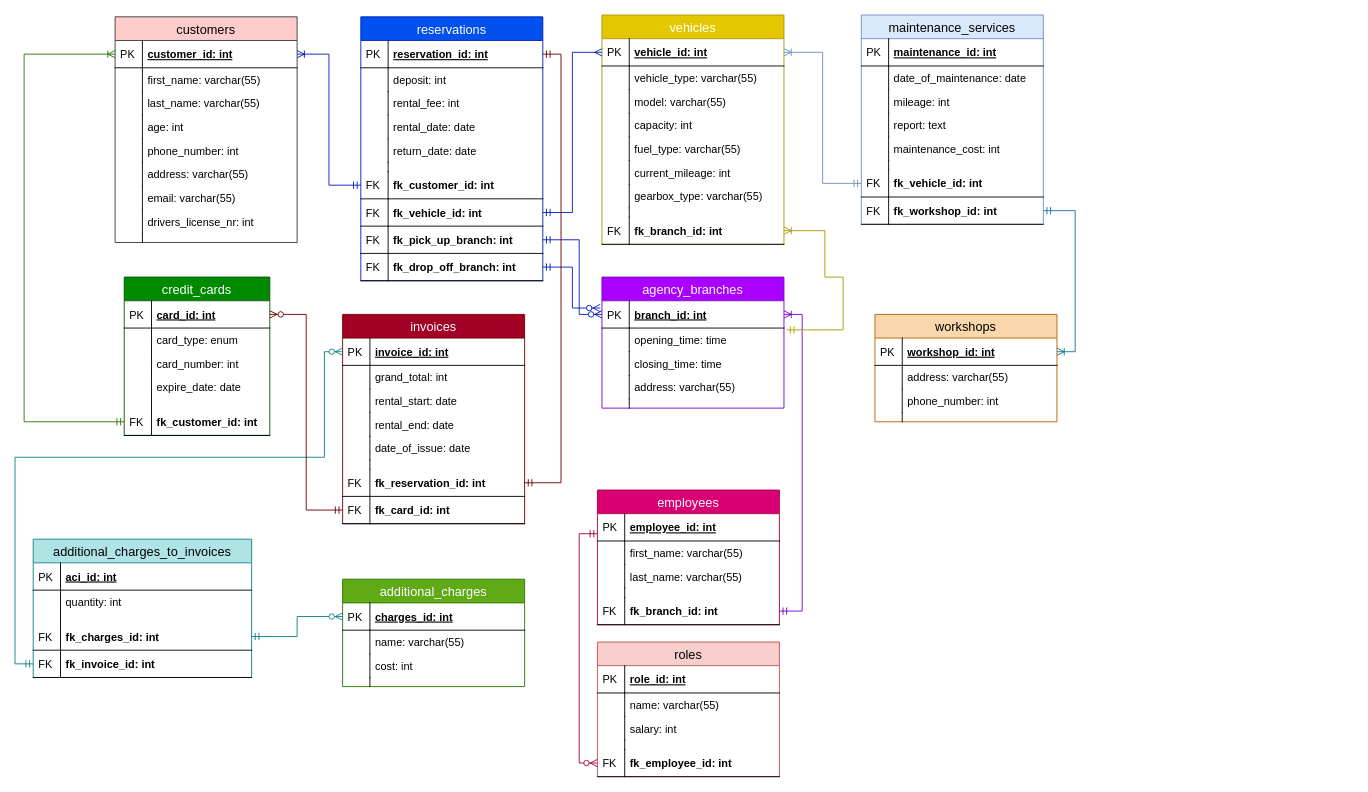
This is Database-Development/3nf.drawio from Cosmic0wl/FSWD70-Valentina-Panetta-CodeReview-09, a draw.io file, before an edit. Source tidied: cells renumbered, new cells numbered last; positions are measured from the earlier drawing's top-left corner, leaving out a move shared by most shapes. Both pictures are drawn from the tidied source at 91%, with x=0, y=0 at pixel (15, 15).
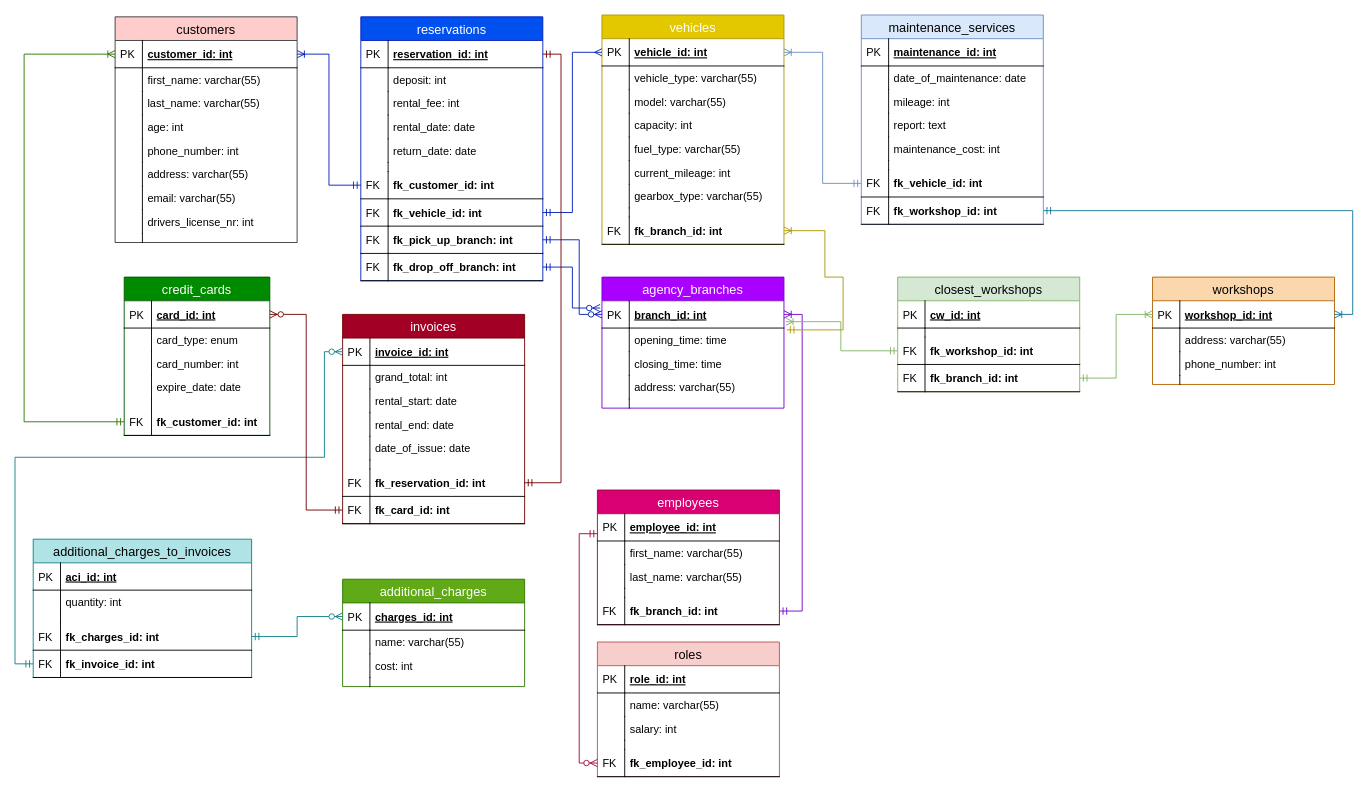
The same page after the edit.

Commit message (it also covers changes not shown here):
closest workshops adds

Unchanged cells that the change refers to:
```xml
<mxCell id="97" value="branch_id: int" style="shape=partialRectangle;top=0;left=0;right=0;bottom=1;align=left;verticalAlign=middle;fillColor=none;spacingLeft=34;spacingRight=4;overflow=hidden;points=[[0,0.5],[1,0.5]];portConstraint=eastwest;fontStyle=5;fontSize=12;" parent="96" vertex="1">
  <mxGeometry y="26" width="200" height="30" as="geometry" />
</mxCell>
<mxCell id="175" value="workshop_id: int" style="shape=partialRectangle;top=0;left=0;right=0;bottom=1;align=left;verticalAlign=middle;fillColor=none;spacingLeft=34;spacingRight=4;overflow=hidden;points=[[0,0.5],[1,0.5]];portConstraint=eastwest;fontStyle=5;fontSize=12;" parent="174" vertex="1">
  <mxGeometry y="26" width="200" height="30" as="geometry" />
</mxCell>
```

Diff of the diagram source:
```diff
@@
     <mxCell id="174" value="workshops" style="swimlane;fontStyle=0;horizontal=1;startSize=26;fillColor=#fad7ac;swimlaneFillColor=#ffffff;align=center;fontSize=14;strokeColor=#b46504;" parent="1" vertex="1">
-      <mxGeometry x="945" y="329" width="200" height="118" as="geometry" />
+      <mxGeometry x="1250" y="288" width="200" height="118" as="geometry" />
     </mxCell>
@@
+    <mxCell id="184" value="closest_workshops" style="swimlane;fontStyle=0;horizontal=1;startSize=26;fillColor=#d5e8d4;swimlaneFillColor=#ffffff;align=center;fontSize=14;strokeColor=#82b366;" parent="1" vertex="1">
+      <mxGeometry x="970" y="288" width="200" height="126" as="geometry" />
+    </mxCell>
+    <mxCell id="185" value="cw_id: int" style="shape=partialRectangle;top=0;left=0;right=0;bottom=1;align=left;verticalAlign=middle;fillColor=none;spacingLeft=34;spacingRight=4;overflow=hidden;fontStyle=5;fontSize=12;" parent="184" vertex="1">
+      <mxGeometry y="26" width="200" height="30" as="geometry" />
+    </mxCell>
+    <mxCell id="186" value="PK" style="shape=partialRectangle;top=0;left=0;bottom=0;fillColor=none;align=left;verticalAlign=middle;spacingLeft=4;spacingRight=4;overflow=hidden;fontSize=12;" parent="185" vertex="1">
+      <mxGeometry width="30" height="30" as="geometry" />
+    </mxCell>
+    <mxCell id="187" style="shape=partialRectangle;top=0;left=0;right=0;bottom=0;align=left;verticalAlign=top;fillColor=none;spacingLeft=34;spacingRight=4;overflow=hidden;fontSize=12;" parent="184" vertex="1">
+      <mxGeometry y="56" width="200" height="10" as="geometry" />
+    </mxCell>
+    <mxCell id="188" style="shape=partialRectangle;top=0;left=0;bottom=0;fillColor=none;align=left;verticalAlign=top;spacingLeft=4;spacingRight=4;overflow=hidden;fontSize=12;" parent="187" vertex="1">
+      <mxGeometry width="30" height="10" as="geometry" />
+    </mxCell>
+    <mxCell id="189" value="fk_workshop_id: int" style="shape=partialRectangle;top=0;left=0;right=0;bottom=1;align=left;verticalAlign=middle;fillColor=none;spacingLeft=34;spacingRight=4;overflow=hidden;points=[[0,0.5],[1,0.5]];portConstraint=eastwest;fontStyle=1;fontSize=12;" parent="184" vertex="1">
+      <mxGeometry y="66" width="200" height="30" as="geometry" />
+    </mxCell>
+    <mxCell id="190" value="FK" style="shape=partialRectangle;top=0;left=0;bottom=0;fillColor=none;align=left;verticalAlign=middle;spacingLeft=4;spacingRight=4;overflow=hidden;fontSize=12;" parent="189" vertex="1">
+      <mxGeometry width="30" height="30" as="geometry" />
+    </mxCell>
+    <mxCell id="191" value="fk_branch_id: int" style="shape=partialRectangle;top=0;left=0;right=0;bottom=1;align=left;verticalAlign=middle;fillColor=none;spacingLeft=34;spacingRight=4;overflow=hidden;points=[[0,0.5],[1,0.5]];portConstraint=eastwest;fontStyle=1;fontSize=12;" parent="184" vertex="1">
+      <mxGeometry y="96" width="200" height="30" as="geometry" />
+    </mxCell>
+    <mxCell id="192" value="FK" style="shape=partialRectangle;top=0;left=0;bottom=0;fillColor=none;align=left;verticalAlign=middle;spacingLeft=4;spacingRight=4;overflow=hidden;fontSize=12;" parent="191" vertex="1">
+      <mxGeometry width="30" height="30" as="geometry" />
+    </mxCell>
+    <mxCell id="193" style="edgeStyle=orthogonalEdgeStyle;rounded=0;jettySize=auto;html=1;entryX=1.01;entryY=0.767;entryDx=0;entryDy=0;entryPerimeter=0;startArrow=ERmandOne;startFill=0;endArrow=ERoneToMany;endFill=0;fillColor=#d5e8d4;strokeColor=#82b366;" parent="1" edge="1" source="189" target="97">
+      <mxGeometry relative="1" as="geometry" />
+    </mxCell>
+    <mxCell id="194" style="edgeStyle=orthogonalEdgeStyle;rounded=0;jettySize=auto;html=1;exitX=1;exitY=0.5;exitDx=0;exitDy=0;entryX=0;entryY=0.5;entryDx=0;entryDy=0;startArrow=ERmandOne;startFill=0;endArrow=ERoneToMany;endFill=0;fillColor=#d5e8d4;strokeColor=#82b366;" parent="1" edge="1" source="191" target="175">
+      <mxGeometry relative="1" as="geometry" />
+    </mxCell>
```
